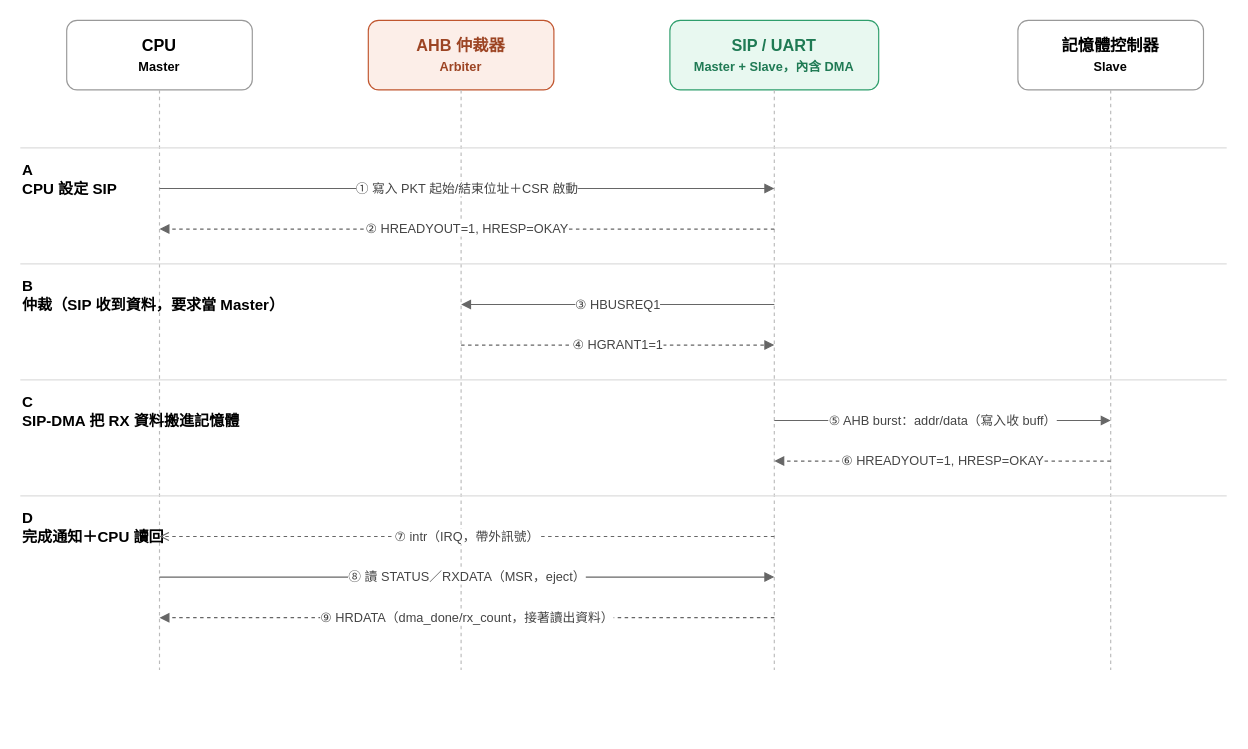
Earlier version of the draw.io diagram Upload/ahb_msc.drawio (shj-F115112128/SOC_Practice). Source tidied: cells renumbered, new cells numbered last; positions are measured from the earlier drawing's top-left corner, leaving out a move shared by most shapes. Both pictures are drawn from the tidied source at 116%, with x=0, y=0 at pixel (20, 20).
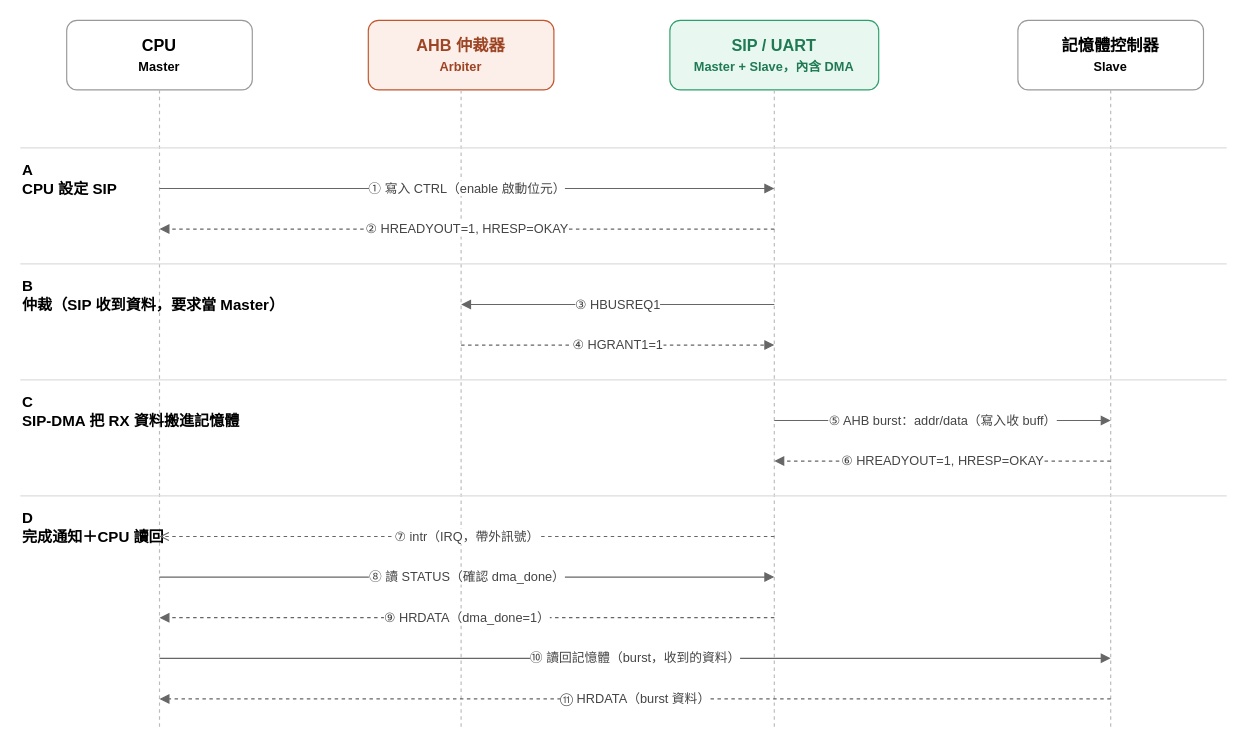
The same page after the edit.

What changed in the source:
```diff
@@
     <mxCell id="6" style="html=1;endArrow=none;dashed=1;strokeColor=#bbbbbb;" parent="1" edge="1">
       <mxGeometry relative="1" as="geometry">
         <mxPoint x="120" y="60" as="sourcePoint" />
-        <mxPoint x="120" y="560" as="targetPoint" />
+        <mxPoint x="120" y="610" as="targetPoint" />
       </mxGeometry>
     </mxCell>
     <mxCell id="7" style="html=1;endArrow=none;dashed=1;strokeColor=#bbbbbb;" parent="1" edge="1">
       <mxGeometry relative="1" as="geometry">
         <mxPoint x="380" y="60" as="sourcePoint" />
-        <mxPoint x="380" y="560" as="targetPoint" />
+        <mxPoint x="380" y="610" as="targetPoint" />
       </mxGeometry>
     </mxCell>
     <mxCell id="8" style="html=1;endArrow=none;dashed=1;strokeColor=#bbbbbb;" parent="1" edge="1">
       <mxGeometry relative="1" as="geometry">
         <mxPoint x="650" y="60" as="sourcePoint" />
-        <mxPoint x="650" y="560" as="targetPoint" />
+        <mxPoint x="650" y="610" as="targetPoint" />
       </mxGeometry>
     </mxCell>
     <mxCell id="9" style="html=1;endArrow=none;dashed=1;strokeColor=#bbbbbb;" parent="1" edge="1">
       <mxGeometry relative="1" as="geometry">
         <mxPoint x="940" y="60" as="sourcePoint" />
-        <mxPoint x="940" y="560" as="targetPoint" />
+        <mxPoint x="940" y="610" as="targetPoint" />
       </mxGeometry>
     </mxCell>
@@
-    <mxCell id="12" value="① 寫入 PKT 起始/結束位址＋CSR 啟動" style="html=1;endArrow=block;strokeColor=#666666;fontSize=11;fontColor=#444444;labelBackgroundColor=#ffffff;" parent="1" edge="1">
+    <mxCell id="12" value="① 寫入 CTRL（enable 啟動位元）" style="html=1;endArrow=block;strokeColor=#666666;fontSize=11;fontColor=#444444;labelBackgroundColor=#ffffff;" parent="1" edge="1">
       <mxGeometry relative="1" as="geometry">
         <mxPoint x="120" y="145" as="sourcePoint" />
         <mxPoint x="650" y="145" as="targetPoint" />
       </mxGeometry>
     </mxCell>
@@
-    <mxCell id="25" value="⑧ 讀 STATUS／RXDATA（MSR，eject）" style="html=1;endArrow=block;strokeColor=#666666;fontSize=11;fontColor=#444444;labelBackgroundColor=#ffffff;" parent="1" edge="1">
+    <mxCell id="25" value="⑧ 讀 STATUS（確認 dma_done）" style="html=1;endArrow=block;strokeColor=#666666;fontSize=11;fontColor=#444444;labelBackgroundColor=#ffffff;" parent="1" edge="1">
       <mxGeometry relative="1" as="geometry">
         <mxPoint x="120" y="480" as="sourcePoint" />
         <mxPoint x="650" y="480" as="targetPoint" />
       </mxGeometry>
     </mxCell>
-    <mxCell id="26" value="⑨ HRDATA（dma_done/rx_count，接著讀出資料）" style="html=1;endArrow=block;dashed=1;strokeColor=#666666;fontSize=11;fontColor=#444444;labelBackgroundColor=#ffffff;" parent="1" edge="1">
+    <mxCell id="26" value="⑨ HRDATA（dma_done=1）" style="html=1;endArrow=block;dashed=1;strokeColor=#666666;fontSize=11;fontColor=#444444;labelBackgroundColor=#ffffff;" parent="1" edge="1">
       <mxGeometry relative="1" as="geometry">
         <mxPoint x="650" y="515" as="sourcePoint" />
         <mxPoint x="120" y="515" as="targetPoint" />
       </mxGeometry>
     </mxCell>
+    <mxCell id="27" value="⑩ 讀回記憶體（burst，收到的資料）" style="html=1;endArrow=block;strokeColor=#666666;fontSize=11;fontColor=#444444;labelBackgroundColor=#ffffff;" parent="1" edge="1">
+      <mxGeometry relative="1" as="geometry">
+        <mxPoint x="120" y="550" as="sourcePoint" />
+        <mxPoint x="940" y="550" as="targetPoint" />
+      </mxGeometry>
+    </mxCell>
+    <mxCell id="28" value="⑪ HRDATA（burst 資料）" style="html=1;endArrow=block;dashed=1;strokeColor=#666666;fontSize=11;fontColor=#444444;labelBackgroundColor=#ffffff;" parent="1" edge="1">
+      <mxGeometry relative="1" as="geometry">
+        <mxPoint x="940" y="585" as="sourcePoint" />
+        <mxPoint x="120" y="585" as="targetPoint" />
+      </mxGeometry>
+    </mxCell>
```
